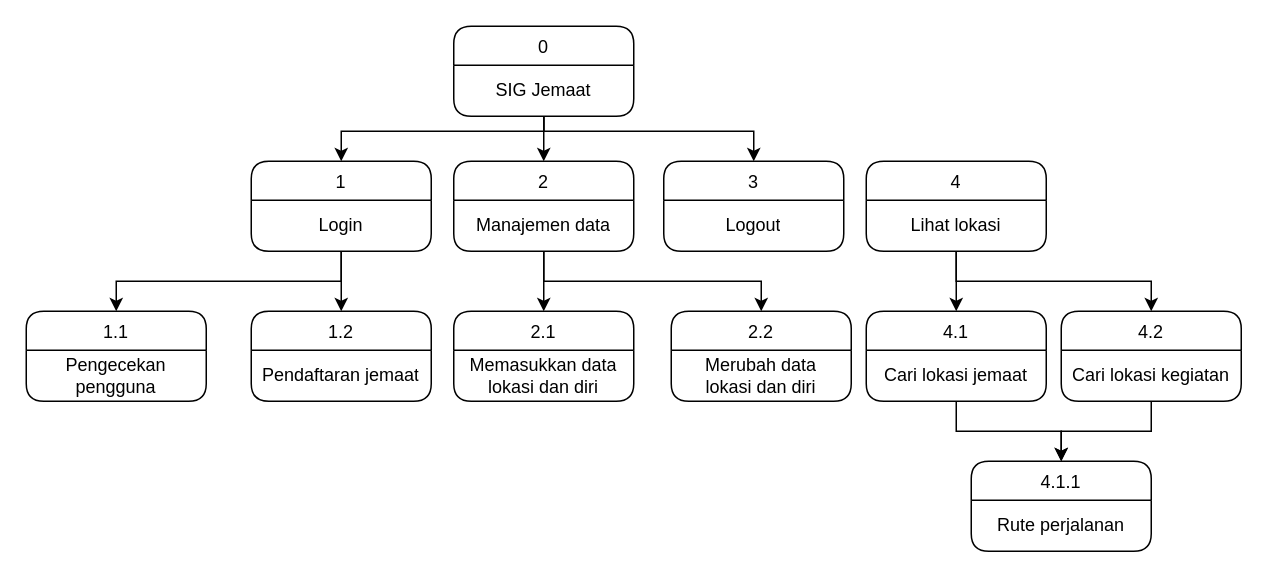
Earlier version of the draw.io diagram page "Page-3" (3 of 3) of DFD.drawio (Raymond-15/requirements). Source tidied: cells renumbered, new cells numbered last; positions are measured from the earlier drawing's top-left corner, leaving out a move shared by most shapes. Both pictures are drawn from the tidied source at 150%, with x=0, y=0 at pixel (26, 26).
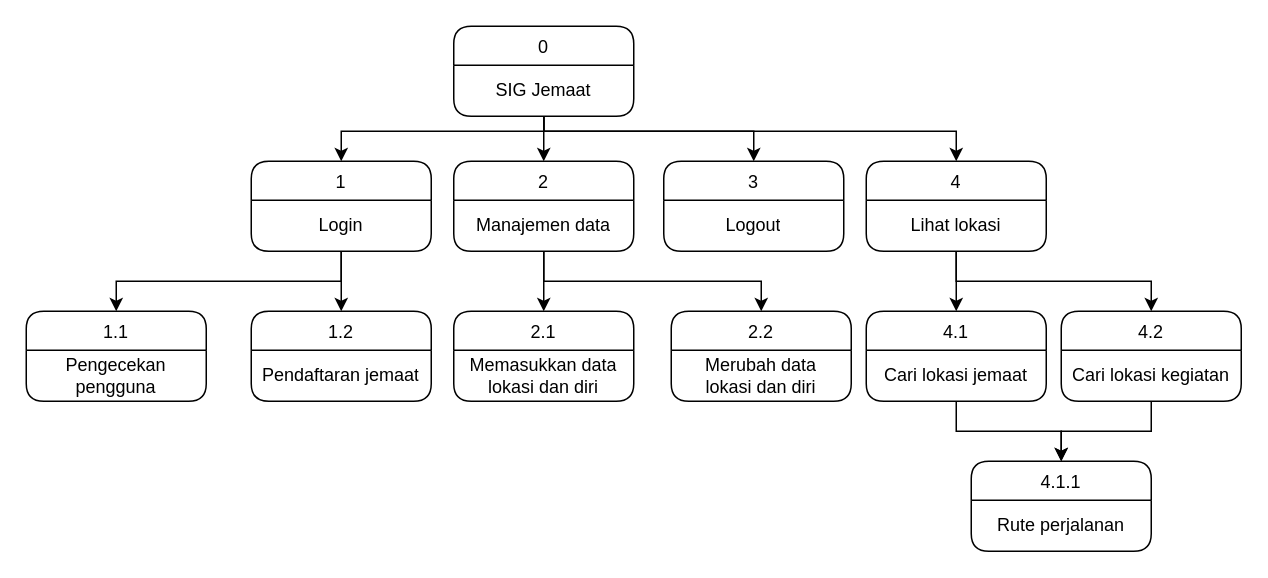
Above is the later version.

The change refers to these unchanged cells:
```xml
<mxCell id="5" value="0" style="swimlane;fontStyle=0;horizontal=1;startSize=26;fillColor=none;rounded=1;swimlaneLine=1;" parent="1" vertex="1">
  <mxGeometry x="285" width="120" height="60" as="geometry" />
</mxCell>
<mxCell id="27" value="4" style="swimlane;fontStyle=0;horizontal=1;startSize=26;fillColor=none;rounded=1;swimlaneLine=1;" parent="1" vertex="1">
  <mxGeometry x="560" y="90" width="120" height="60" as="geometry" />
</mxCell>
```

What changed in the source:
```diff
@@
+    <mxCell id="37" style="edgeStyle=orthogonalEdgeStyle;rounded=0;jettySize=auto;html=1;entryX=0.5;entryY=0;entryDx=0;entryDy=0;" parent="1" edge="1" source="5" target="27">
+      <mxGeometry relative="1" as="geometry">
+        <Array as="points">
+          <mxPoint x="345" y="70" />
+          <mxPoint x="620" y="70" />
+        </Array>
+      </mxGeometry>
+    </mxCell>
```
